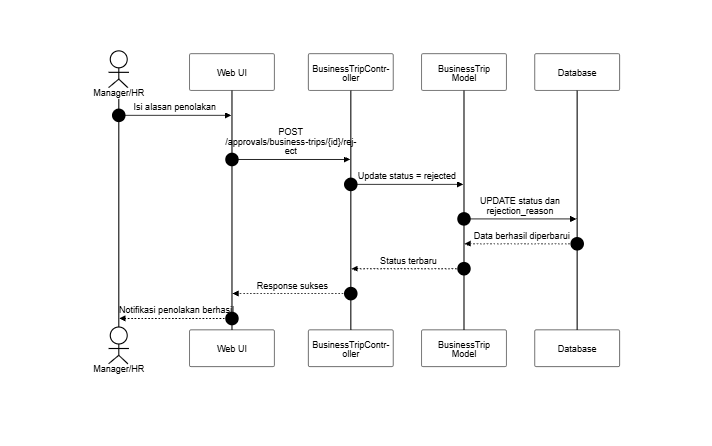
Before: docs/SequenceDiagram/PNG_Transparent/PersetujuanPerjalananDinas-TolakPermintaan.png, a diagram exported from Mermaid (SulaimanHafi23/SimpegRSHDI). Its source is kept beside it as docs/SequenceDiagram/PersetujuanPerjalananDinas-TolakPermintaan.mermaid. Source of this version:
```mermaid
%%{init: {"theme": "base", "themeVariables": {"background": "#dddddd", "primaryColor": "#ffffff", "primaryBorderColor": "#000000", "primaryTextColor": "#000000", "lineColor": "#000000", "textColor": "#000000", "actorBkg": "#ffffff", "actorBorder": "#000000", "actorTextColor": "#000000", "activationBkgColor": "#ffffff", "activationBorderColor": "#000000", "signalColor": "#000000", "signalTextColor": "#000000", "labelBoxBkgColor": "#ffffff", "labelBoxBorderColor": "#000000", "labelTextColor": "#000000", "sequenceNumberColor": "#000000", "noteBkgColor": "#ffffff", "noteBorderColor": "#000000", "noteTextColor": "#000000"}, "sequence": {"useMaxWidth": true, "wrap": true, "messageFontSize": 12, "noteFontSize": 12}}}%%
sequenceDiagram
    autonumber
    actor A as Manager/HR
    participant UI as Web UI
    participant C as BusinessTripController
    participant M as BusinessTrip Model
    participant DB as Database

    A->>UI: Isi alasan penolakan
    UI->>C: POST /approvals/business-trips/{id}/reject
    C->>M: Update status = rejected
    M->>DB: UPDATE status dan rejection_reason
    DB-->>M: Data berhasil diperbarui
    M-->>C: Status terbaru
    C-->>UI: Response sukses
    UI-->>A: Notifikasi penolakan berhasil
```
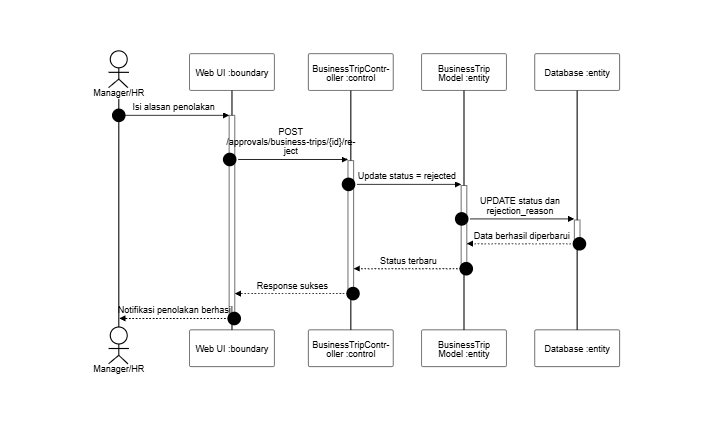
Later version of the same file.

The edit, as a diff of the source:
```diff
@@ -2,16 +2,16 @@
 sequenceDiagram
     autonumber
     actor A as Manager/HR
-    participant UI as Web UI
-    participant C as BusinessTripController
-    participant M as BusinessTrip Model
-    participant DB as Database
+    participant UI as Web UI :boundary
+    participant C as BusinessTripController :control
+    participant M as BusinessTrip Model :entity
+    participant DB as Database :entity
 
-    A->>UI: Isi alasan penolakan
-    UI->>C: POST /approvals/business-trips/{id}/reject
-    C->>M: Update status = rejected
-    M->>DB: UPDATE status dan rejection_reason
-    DB-->>M: Data berhasil diperbarui
-    M-->>C: Status terbaru
-    C-->>UI: Response sukses
-    UI-->>A: Notifikasi penolakan berhasil
+    A->>+UI: Isi alasan penolakan
+    UI->>+C: POST /approvals/business-trips/{id}/reject
+    C->>+M: Update status = rejected
+    M->>+DB: UPDATE status dan rejection_reason
+    DB-->>-M: Data berhasil diperbarui
+    M-->>-C: Status terbaru
+    C-->>-UI: Response sukses
+    UI-->>-A: Notifikasi penolakan berhasil
```
